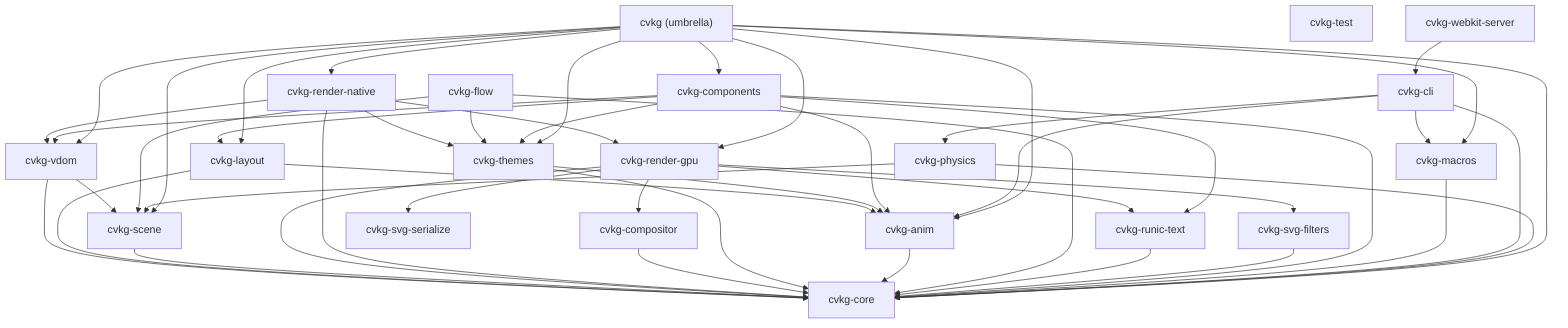
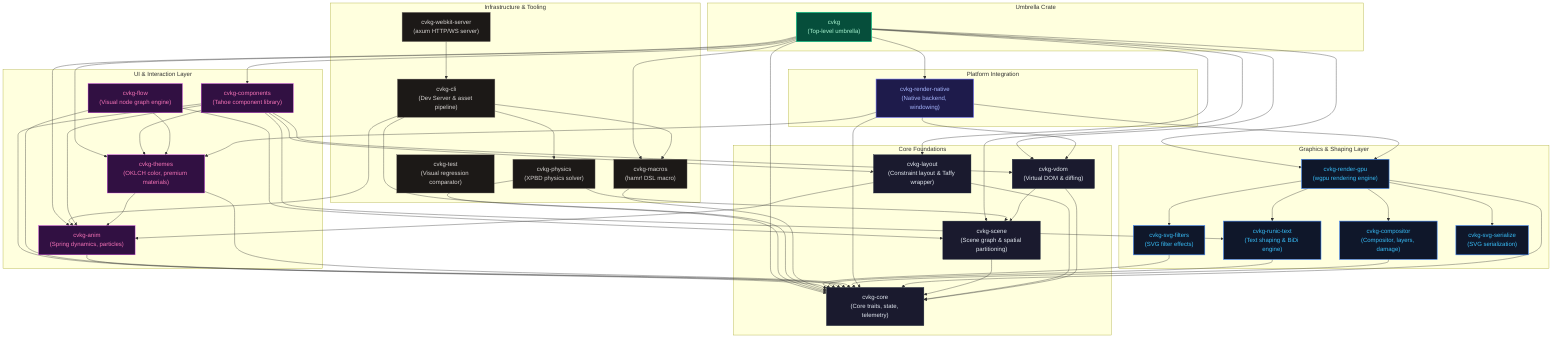
graph TD
-     cvkg-core["cvkg-core"]
-     cvkg-vdom["cvkg-vdom"]
-     cvkg-scene["cvkg-scene"]
-     cvkg-layout["cvkg-layout"]
-     cvkg-render-gpu["cvkg-render-gpu"]
-     cvkg-render-native["cvkg-render-native"]
-     cvkg-compositor["cvkg-compositor"]
-     cvkg-themes["cvkg-themes"]
-     cvkg-anim["cvkg-anim"]
-     cvkg-flow["cvkg-flow"]
-     cvkg-runic-text["cvkg-runic-text"]
-     cvkg-svg-filters["cvkg-svg-filters"]
-     cvkg-svg-serialize["cvkg-svg-serialize"]
-     cvkg-components["cvkg-components"]
-     cvkg-macros["cvkg-macros"]
-     cvkg-cli["cvkg-cli"]
-     cvkg-webkit-server["cvkg-webkit-server"]
-     cvkg-test["cvkg-test"]
-     cvkg-physics["cvkg-physics"]
-     cvkg["cvkg (umbrella)"]
+     %% Subgraphs for visual structure and tiering
+     subgraph Core ["Core Foundations"]
+         cvkg-core["cvkg-core<br/>(Core traits, state, telemetry)"]
+         cvkg-vdom["cvkg-vdom<br/>(Virtual DOM & diffing)"]
+         cvkg-scene["cvkg-scene<br/>(Scene graph & spatial partitioning)"]
+         cvkg-layout["cvkg-layout<br/>(Constraint layout & Taffy wrapper)"]
+     end

+     subgraph Graphics ["Graphics & Shaping Layer"]
+         cvkg-render-gpu["cvkg-render-gpu<br/>(wgpu rendering engine)"]
+         cvkg-compositor["cvkg-compositor<br/>(Compositor, layers, damage)"]
+         cvkg-runic-text["cvkg-runic-text<br/>(Text shaping & BiDi engine)"]
+         cvkg-svg-filters["cvkg-svg-filters<br/>(SVG filter effects)"]
+         cvkg-svg-serialize["cvkg-svg-serialize<br/>(SVG serialization)"]
+     end
+ 
+     subgraph Platform ["Platform Integration"]
+         cvkg-render-native["cvkg-render-native<br/>(Native backend, windowing)"]
+     end
+ 
+     subgraph Presentation ["UI & Interaction Layer"]
+         cvkg-themes["cvkg-themes<br/>(OKLCH color, premium materials)"]
+         cvkg-anim["cvkg-anim<br/>(Spring dynamics, particles)"]
+         cvkg-flow["cvkg-flow<br/>(Visual node graph engine)"]
+         cvkg-components["cvkg-components<br/>(Tahoe component library)"]
+     end
+ 
+     subgraph Infra ["Infrastructure & Tooling"]
+         cvkg-physics["cvkg-physics<br/>(XPBD physics solver)"]
+         cvkg-macros["cvkg-macros<br/>(hamr! DSL macro)"]
+         cvkg-cli["cvkg-cli<br/>(Dev Server & asset pipeline)"]
+         cvkg-webkit-server["cvkg-webkit-server<br/>(axum HTTP/WS server)"]
+         cvkg-test["cvkg-test<br/>(Visual regression comparator)"]
+     end
+ 
+     subgraph Entry ["Umbrella Crate"]
+         cvkg["cvkg<br/>(Top-level umbrella)"]
+     end
+ 
+     %% Dependency Connections
    cvkg-vdom --> cvkg-core
    cvkg-vdom --> cvkg-scene
    cvkg-layout --> cvkg-core
    cvkg-layout --> cvkg-anim
    cvkg-scene --> cvkg-core

    cvkg-render-gpu --> cvkg-core
    cvkg-render-gpu --> cvkg-compositor
    cvkg-render-gpu --> cvkg-svg-filters
    cvkg-render-gpu --> cvkg-svg-serialize
    cvkg-render-gpu --> cvkg-runic-text

    cvkg-render-native --> cvkg-core
    cvkg-render-native --> cvkg-render-gpu
    cvkg-render-native --> cvkg-vdom
    cvkg-render-native --> cvkg-themes

    cvkg-compositor --> cvkg-core

    cvkg-themes --> cvkg-core
    cvkg-themes --> cvkg-anim
    cvkg-anim --> cvkg-core
    cvkg-flow --> cvkg-core
    cvkg-flow --> cvkg-scene
    cvkg-flow --> cvkg-themes

    cvkg-runic-text --> cvkg-core
    cvkg-svg-filters --> cvkg-core

    cvkg-components --> cvkg-core
    cvkg-components --> cvkg-vdom
    cvkg-components --> cvkg-layout
    cvkg-components --> cvkg-themes
    cvkg-components --> cvkg-anim
    cvkg-components --> cvkg-runic-text

    cvkg-macros --> cvkg-core
    cvkg-cli --> cvkg-core
    cvkg-cli --> cvkg-physics
    cvkg-cli --> cvkg-anim
    cvkg-cli --> cvkg-macros
    cvkg-webkit-server --> cvkg-cli
    cvkg-physics --> cvkg-core
    cvkg-physics --> cvkg-scene

    cvkg --> cvkg-core
    cvkg --> cvkg-vdom
    cvkg --> cvkg-scene
    cvkg --> cvkg-layout
    cvkg --> cvkg-themes
    cvkg --> cvkg-anim
    cvkg --> cvkg-macros
    cvkg --> cvkg-components
    cvkg --> cvkg-render-gpu
    cvkg --> cvkg-render-native
+ 
+     %% Visual Styling Classes for Premium Design (High-Contrast, Harmonious)
+     classDef core fill:#1a1a2e,stroke:#1e293b,color:#e2e8f0,stroke-width:1px
+     classDef render fill:#0f172a,stroke:#3b82f6,color:#38bdf8,stroke-width:1.5px
+     classDef ui fill:#311042,stroke:#d946ef,color:#f472b6,stroke-width:1px
+     classDef infra fill:#1c1917,stroke:#78716c,color:#d6d3d1,stroke-width:1px
+     classDef platform fill:#1e1b4b,stroke:#6366f1,color:#a5b4fc,stroke-width:1.5px
+     classDef umbrella fill:#064e3b,stroke:#10b981,color:#a7f3d0,stroke-width:2px
+ 
+     class cvkg-core,cvkg-vdom,cvkg-scene,cvkg-layout core
+     class cvkg-render-gpu,cvkg-compositor,cvkg-runic-text,cvkg-svg-filters,cvkg-svg-serialize render
+     class cvkg-render-native platform
+     class cvkg-components,cvkg-themes,cvkg-anim,cvkg-flow ui
+     class cvkg-macros,cvkg-cli,cvkg-webkit-server,cvkg-test,cvkg-physics infra
+     class cvkg umbrella
